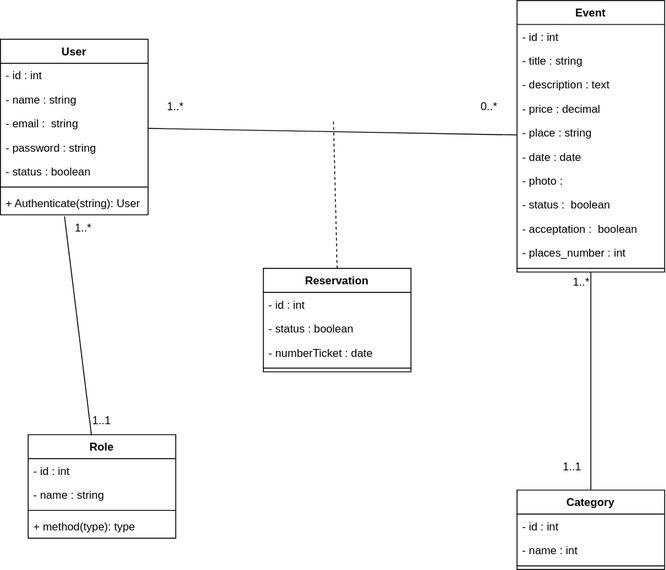
This is UML/Dclass2.svg from Fiharali/Evento, a draw.io export, as it was before one commit. Source tidied: cells renumbered, new cells last; positions are measured from the earlier drawing's top-left corner, leaving out a move shared by most shapes.
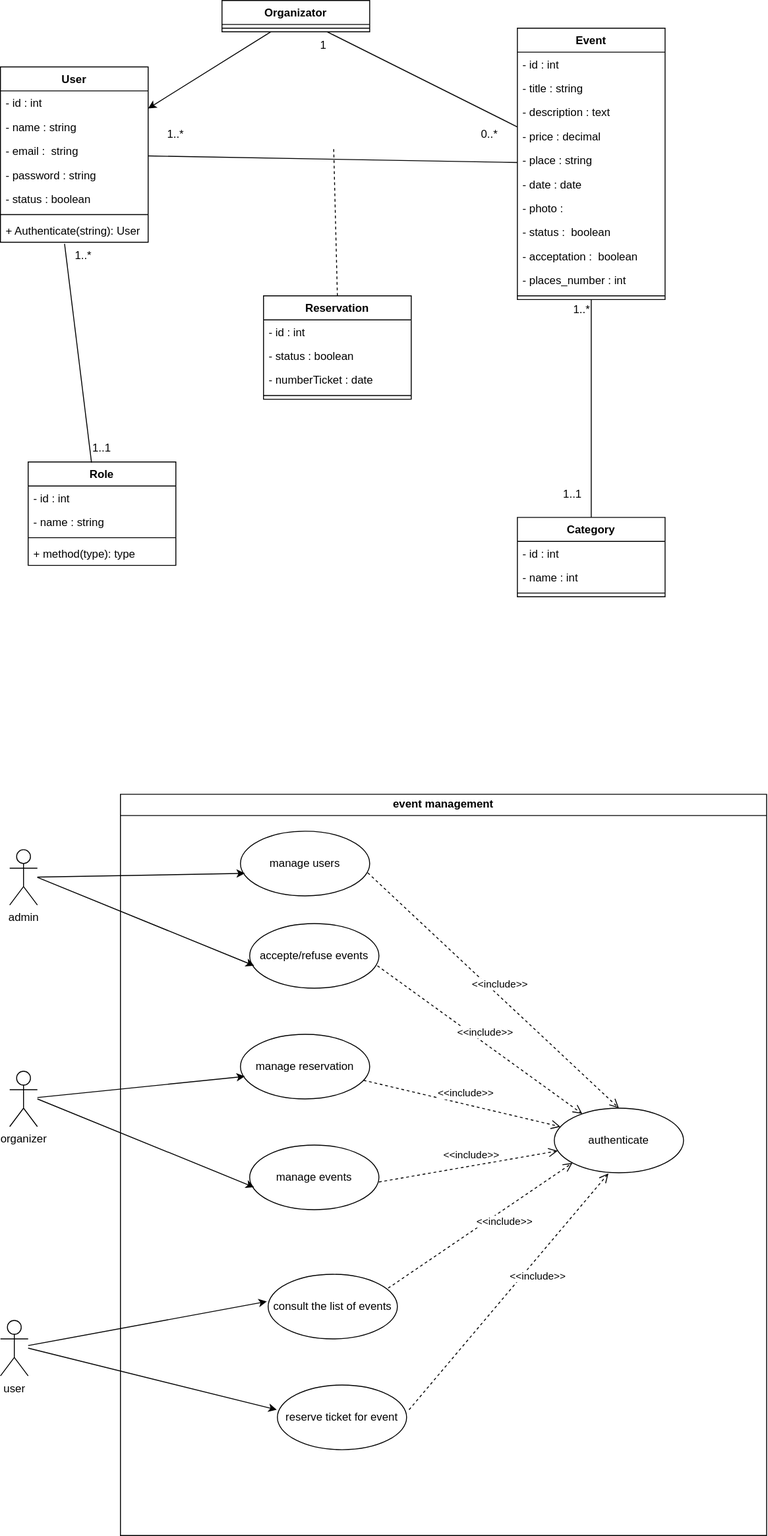
The same file after the commit.

Commit message:
restrict user

Change to the diagram source:
```diff
@@ -136,5 +136,99 @@
         <mxPoint x="361" y="130" as="targetPoint" />
       </mxGeometry>
     </mxCell>
+    <mxCell id="46" value="Organizator" style="swimlane;fontStyle=1;align=center;verticalAlign=top;horizontal=1;startSize=26;" parent="1" vertex="1">
+      <mxGeometry x="240" y="-30" width="160" height="34" as="geometry" />
+    </mxCell>
+    <mxCell id="47" style="line;strokeWidth=1;fillColor=none;align=left;verticalAlign=middle;spacingTop=-1;spacingLeft=3;spacingRight=3;labelPosition=right;strokeColor=inherit;" parent="46" vertex="1">
+      <mxGeometry y="26" width="160" height="8" as="geometry" />
+    </mxCell>
+    <mxCell id="48" style="endArrow=classic;html=1;rounded=0;" parent="1" edge="1" source="46" target="2">
+      <mxGeometry relative="1" as="geometry" />
+    </mxCell>
+    <mxCell id="49" style="endArrow=none;html=1;" parent="1" edge="1" source="46" target="15">
+      <mxGeometry relative="1" as="geometry" />
+    </mxCell>
+    <mxCell id="50" value="1" style="text;html=1;strokeColor=none;fillColor=none;align=center;verticalAlign=middle;whiteSpace=wrap;rounded=0;" parent="1" vertex="1">
+      <mxGeometry x="320" y="4" width="60" height="30" as="geometry" />
+    </mxCell>
+    <mxCell id="51" value="event management" style="swimlane;whiteSpace=wrap;html=1;" parent="1" vertex="1">
+      <mxGeometry x="130" y="830" width="700" height="803" as="geometry" />
+    </mxCell>
+    <mxCell id="52" value=" consult the list of events" style="ellipse;whiteSpace=wrap;html=1;" parent="51" vertex="1">
+      <mxGeometry x="160" y="520" width="140" height="70" as="geometry" />
+    </mxCell>
+    <mxCell id="53" value="manage users" style="ellipse;whiteSpace=wrap;html=1;" parent="51" vertex="1">
+      <mxGeometry x="130" y="40" width="140" height="70" as="geometry" />
+    </mxCell>
+    <mxCell id="54" value="accepte/refuse events" style="ellipse;whiteSpace=wrap;html=1;" parent="51" vertex="1">
+      <mxGeometry x="140" y="140" width="140" height="70" as="geometry" />
+    </mxCell>
+    <mxCell id="55" style="endArrow=classic;html=1;rounded=0;entryX=0.034;entryY=0.652;entryDx=0;entryDy=0;entryPerimeter=0;" parent="51" edge="1" target="54">
+      <mxGeometry relative="1" as="geometry">
+        <mxPoint x="-90" y="90" as="sourcePoint" />
+      </mxGeometry>
+    </mxCell>
+    <mxCell id="56" value="manage reservation" style="ellipse;whiteSpace=wrap;html=1;" parent="51" vertex="1">
+      <mxGeometry x="130" y="260" width="140" height="70" as="geometry" />
+    </mxCell>
+    <mxCell id="57" value="manage events" style="ellipse;whiteSpace=wrap;html=1;" parent="51" vertex="1">
+      <mxGeometry x="140" y="380" width="140" height="70" as="geometry" />
+    </mxCell>
+    <mxCell id="58" style="endArrow=classic;html=1;rounded=0;entryX=0.034;entryY=0.652;entryDx=0;entryDy=0;entryPerimeter=0;" parent="51" edge="1" target="57">
+      <mxGeometry relative="1" as="geometry">
+        <mxPoint x="-90" y="330" as="sourcePoint" />
+      </mxGeometry>
+    </mxCell>
+    <mxCell id="59" style="endArrow=classic;html=1;rounded=0;entryX=0.034;entryY=0.652;entryDx=0;entryDy=0;entryPerimeter=0;" parent="51" edge="1" source="60" target="56">
+      <mxGeometry relative="1" as="geometry" />
+    </mxCell>
+    <mxCell id="60" value="organizer" style="shape=umlActor;verticalLabelPosition=bottom;verticalAlign=top;html=1;outlineConnect=0;" parent="51" vertex="1">
+      <mxGeometry x="-120" y="300" width="30" height="60" as="geometry" />
+    </mxCell>
+    <mxCell id="61" value="authenticate" style="ellipse;whiteSpace=wrap;html=1;" parent="51" vertex="1">
+      <mxGeometry x="470" y="340" width="140" height="70" as="geometry" />
+    </mxCell>
+    <mxCell id="62" value="&amp;lt;&amp;lt;include&amp;gt;&amp;gt;" style="html=1;verticalAlign=bottom;endArrow=open;dashed=1;endSize=8;curved=0;rounded=0;" parent="51" edge="1" source="56" target="61">
+      <mxGeometry x="0.04" y="3" relative="1" as="geometry" />
+    </mxCell>
+    <mxCell id="63" value="&amp;lt;&amp;lt;include&amp;gt;&amp;gt;" style="html=1;verticalAlign=bottom;endArrow=open;dashed=1;endSize=8;curved=0;rounded=0;exitX=0.988;exitY=0.653;exitDx=0;exitDy=0;exitPerimeter=0;" parent="51" edge="1" source="54" target="61">
+      <mxGeometry x="0.04" y="3" relative="1" as="geometry" />
+    </mxCell>
+    <mxCell id="64" value="&amp;lt;&amp;lt;include&amp;gt;&amp;gt;" style="html=1;verticalAlign=bottom;endArrow=open;dashed=1;endSize=8;curved=0;rounded=0;exitX=0.985;exitY=0.643;exitDx=0;exitDy=0;exitPerimeter=0;entryX=0.5;entryY=0;entryDx=0;entryDy=0;" parent="51" edge="1" source="53" target="61">
+      <mxGeometry x="0.04" y="3" relative="1" as="geometry" />
+    </mxCell>
+    <mxCell id="65" value=" reserve ticket for event" style="ellipse;whiteSpace=wrap;html=1;" parent="51" vertex="1">
+      <mxGeometry x="170" y="640" width="140" height="70" as="geometry" />
+    </mxCell>
+    <mxCell id="66" value="&amp;lt;&amp;lt;include&amp;gt;&amp;gt;" style="html=1;verticalAlign=bottom;endArrow=open;dashed=1;endSize=8;curved=0;rounded=0;exitX=1.019;exitY=0.382;exitDx=0;exitDy=0;exitPerimeter=0;entryX=0.419;entryY=1.01;entryDx=0;entryDy=0;entryPerimeter=0;" parent="51" edge="1" source="65" target="61">
+      <mxGeometry x="0.15" y="-19" relative="1" as="geometry" />
+    </mxCell>
+    <mxCell id="67" value="user" style="shape=umlActor;verticalLabelPosition=bottom;verticalAlign=top;html=1;outlineConnect=0;" parent="1" vertex="1">
+      <mxGeometry y="1400" width="30" height="60" as="geometry" />
+    </mxCell>
+    <mxCell id="68" style="endArrow=classic;html=1;rounded=0;entryX=0.034;entryY=0.652;entryDx=0;entryDy=0;entryPerimeter=0;" parent="1" edge="1" source="69" target="53">
+      <mxGeometry relative="1" as="geometry" />
+    </mxCell>
+    <mxCell id="69" value="admin" style="shape=umlActor;verticalLabelPosition=bottom;verticalAlign=top;html=1;outlineConnect=0;" parent="1" vertex="1">
+      <mxGeometry x="10" y="890" width="30" height="60" as="geometry" />
+    </mxCell>
+    <mxCell id="70" style="endArrow=classic;html=1;rounded=0;entryX=-0.01;entryY=0.42;entryDx=0;entryDy=0;entryPerimeter=0;" parent="1" edge="1" source="67" target="52">
+      <mxGeometry relative="1" as="geometry" />
+    </mxCell>
+    <mxCell id="71" value="&amp;lt;&amp;lt;include&amp;gt;&amp;gt;" style="html=1;verticalAlign=bottom;endArrow=open;dashed=1;endSize=8;curved=0;rounded=0;" parent="1" edge="1" target="61">
+      <mxGeometry x="0.04" y="3" relative="1" as="geometry">
+        <mxPoint x="410" y="1250" as="sourcePoint" />
+      </mxGeometry>
+    </mxCell>
+    <mxCell id="72" style="endArrow=classic;html=1;rounded=0;entryX=-0.005;entryY=0.382;entryDx=0;entryDy=0;entryPerimeter=0;" parent="1" edge="1" target="65">
+      <mxGeometry relative="1" as="geometry">
+        <mxPoint x="30" y="1430" as="sourcePoint" />
+      </mxGeometry>
+    </mxCell>
+    <mxCell id="73" value="&amp;lt;&amp;lt;include&amp;gt;&amp;gt;" style="html=1;verticalAlign=bottom;endArrow=open;dashed=1;endSize=8;curved=0;rounded=0;exitX=0.854;exitY=0.067;exitDx=0;exitDy=0;exitPerimeter=0;entryX=0;entryY=1;entryDx=0;entryDy=0;" parent="1" edge="1" target="61">
+      <mxGeometry x="0.15" y="-19" relative="1" as="geometry">
+        <mxPoint x="420" y="1365" as="sourcePoint" />
+      </mxGeometry>
+    </mxCell>
   </root>
 </mxGraphModel>
```
